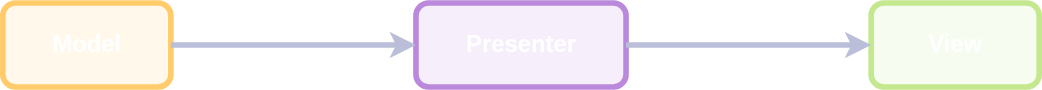
alfertev2014/holyjs-2026-autumn keeps this draw.io diagram as drawio/mvp.drawio.svg. Above is the earlier version. Source tidied: cells renumbered, new cells last; positions are measured from the earlier drawing's top-left corner, leaving out a move shared by most shapes. Its diagram source:
```xml
<mxGraphModel>
  <root>
    <mxCell id="0" />
    <mxCell id="1" parent="0" />
    <mxCell id="2" value="&lt;font style=&quot;font-size: 17px;&quot;&gt;&lt;b style=&quot;color: light-dark(rgb(255, 255, 255), rgb(255, 255, 255));&quot;&gt;Model&lt;/b&gt;&lt;/font&gt;" style="rounded=1;whiteSpace=wrap;html=1;roundedPerimeter=1;strokeWidth=4;strokeColor=light-dark(#FFCB6B,#FFCB6B);fillColor=light-dark(#FFCB6B22,#FFCB6B22);" parent="1" vertex="1">
      <mxGeometry width="120" height="60" as="geometry" />
    </mxCell>
    <mxCell id="3" value="&lt;font style=&quot;font-size: 17px;&quot;&gt;&lt;b style=&quot;color: light-dark(rgb(255, 255, 255), rgb(255, 255, 255));&quot;&gt;View&lt;/b&gt;&lt;/font&gt;" style="rounded=1;whiteSpace=wrap;html=1;roundedPerimeter=1;strokeWidth=4;strokeColor=light-dark(#C3E88D,#C3E88D);fillColor=light-dark(#C3E88D22,#C3E88D22);" parent="1" vertex="1">
      <mxGeometry x="620" width="120" height="60" as="geometry" />
    </mxCell>
    <mxCell id="4" value="&lt;font style=&quot;font-size: 17px;&quot;&gt;&lt;b style=&quot;color: light-dark(rgb(255, 255, 255), rgb(255, 255, 255));&quot;&gt;Presenter&lt;/b&gt;&lt;/font&gt;" style="rounded=1;whiteSpace=wrap;html=1;roundedPerimeter=1;strokeWidth=4;strokeColor=light-dark(#BB89DC,#BB89DC);fillColor=light-dark(#BB89DC22,#BB89DC22);" parent="1" vertex="1">
      <mxGeometry x="295" width="150" height="60" as="geometry" />
    </mxCell>
    <mxCell id="5" style="endArrow=classic;html=1;strokeWidth=4;strokeColor=light-dark(#BABED8,#BABED8);" parent="1" edge="1" source="2" target="4">
      <mxGeometry relative="1" as="geometry" />
    </mxCell>
    <mxCell id="6" style="endArrow=classic;html=1;strokeWidth=4;strokeColor=light-dark(#BABED8,#BABED8);" parent="1" edge="1" source="4" target="3">
      <mxGeometry relative="1" as="geometry" />
    </mxCell>
  </root>
</mxGraphModel>
```
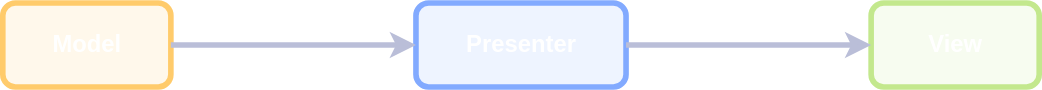
After the commit.

Change to the diagram source:
```diff
@@ -8,7 +8,7 @@
     <mxCell id="3" value="&lt;font style=&quot;font-size: 17px;&quot;&gt;&lt;b style=&quot;color: light-dark(rgb(255, 255, 255), rgb(255, 255, 255));&quot;&gt;View&lt;/b&gt;&lt;/font&gt;" style="rounded=1;whiteSpace=wrap;html=1;roundedPerimeter=1;strokeWidth=4;strokeColor=light-dark(#C3E88D,#C3E88D);fillColor=light-dark(#C3E88D22,#C3E88D22);" parent="1" vertex="1">
       <mxGeometry x="620" width="120" height="60" as="geometry" />
     </mxCell>
-    <mxCell id="4" value="&lt;font style=&quot;font-size: 17px;&quot;&gt;&lt;b style=&quot;color: light-dark(rgb(255, 255, 255), rgb(255, 255, 255));&quot;&gt;Presenter&lt;/b&gt;&lt;/font&gt;" style="rounded=1;whiteSpace=wrap;html=1;roundedPerimeter=1;strokeWidth=4;strokeColor=light-dark(#BB89DC,#BB89DC);fillColor=light-dark(#BB89DC22,#BB89DC22);" parent="1" vertex="1">
+    <mxCell id="4" value="&lt;font style=&quot;font-size: 17px;&quot;&gt;&lt;b style=&quot;color: light-dark(rgb(255, 255, 255), rgb(255, 255, 255));&quot;&gt;Presenter&lt;/b&gt;&lt;/font&gt;" style="rounded=1;whiteSpace=wrap;html=1;roundedPerimeter=1;strokeWidth=4;strokeColor=light-dark(#82AAFF,#82AAFF);fillColor=light-dark(#82AAFF22,#82AAFF22);" parent="1" vertex="1">
       <mxGeometry x="295" width="150" height="60" as="geometry" />
     </mxCell>
     <mxCell id="5" style="endArrow=classic;html=1;strokeWidth=4;strokeColor=light-dark(#BABED8,#BABED8);" parent="1" edge="1" source="2" target="4">
```
